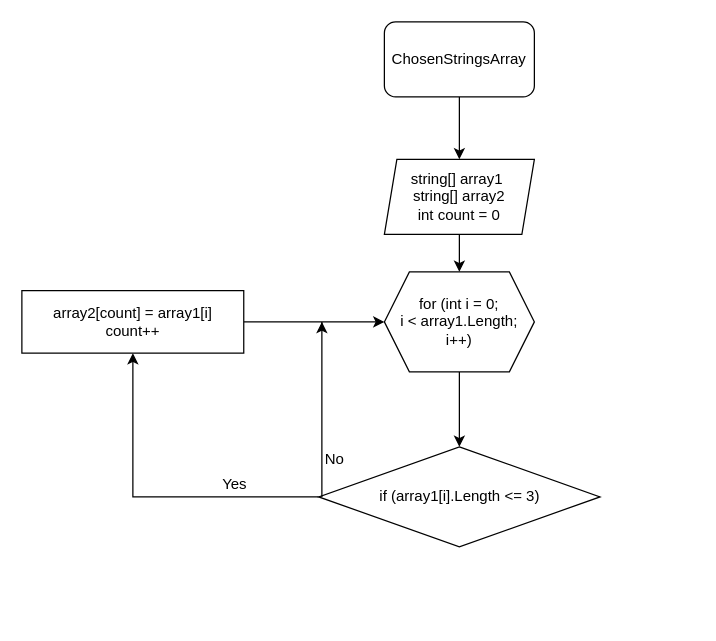
Above: MainMethod.drawio in vishvladi/-ControlWork (draw.io), before the change. Source tidied: cells renumbered, new cells numbered last; positions are measured from the earlier drawing's top-left corner, leaving out a move shared by most shapes. Both pictures are drawn from the tidied source at 125%, with x=0, y=0 at pixel (21, 21).
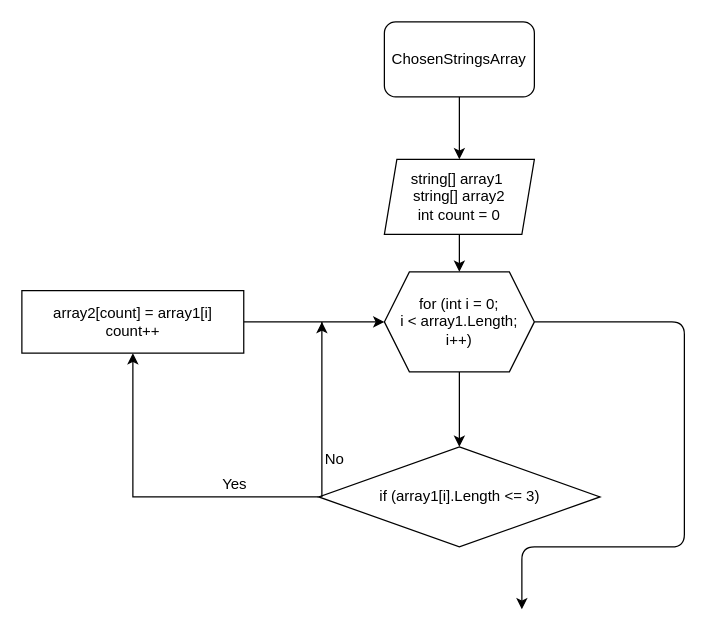
After the change.

The change refers to these unchanged cells:
```xml
<mxCell id="7" value="for (int i = 0;&lt;br&gt;i &amp;lt; array1.Length;&lt;br&gt;i++)" style="shape=hexagon;perimeter=hexagonPerimeter2;whiteSpace=wrap;html=1;fixedSize=1;" parent="1" vertex="1">
  <mxGeometry x="290" y="200" width="120" height="80" as="geometry" />
</mxCell>
```

Diff of the diagram source:
```diff
@@
+    <mxCell id="15" style="edgeStyle=none;html=1;exitX=1;exitY=0.5;exitDx=0;exitDy=0;" parent="1" edge="1" source="7">
+      <mxGeometry relative="1" as="geometry">
+        <mxPoint x="400" y="470" as="targetPoint" />
+        <Array as="points">
+          <mxPoint x="530" y="240" />
+          <mxPoint x="530" y="420" />
+          <mxPoint x="400" y="420" />
+        </Array>
+      </mxGeometry>
+    </mxCell>
```
